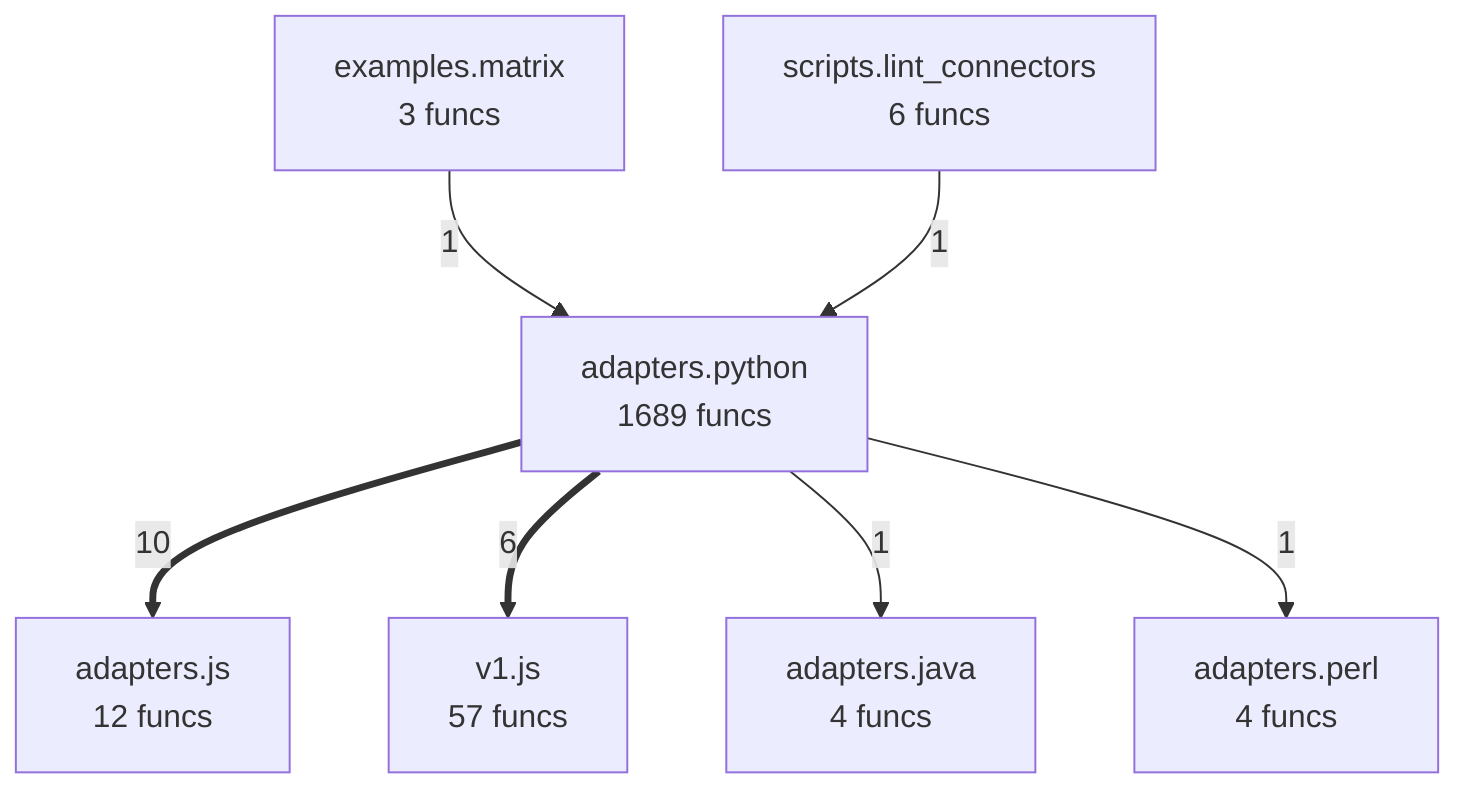
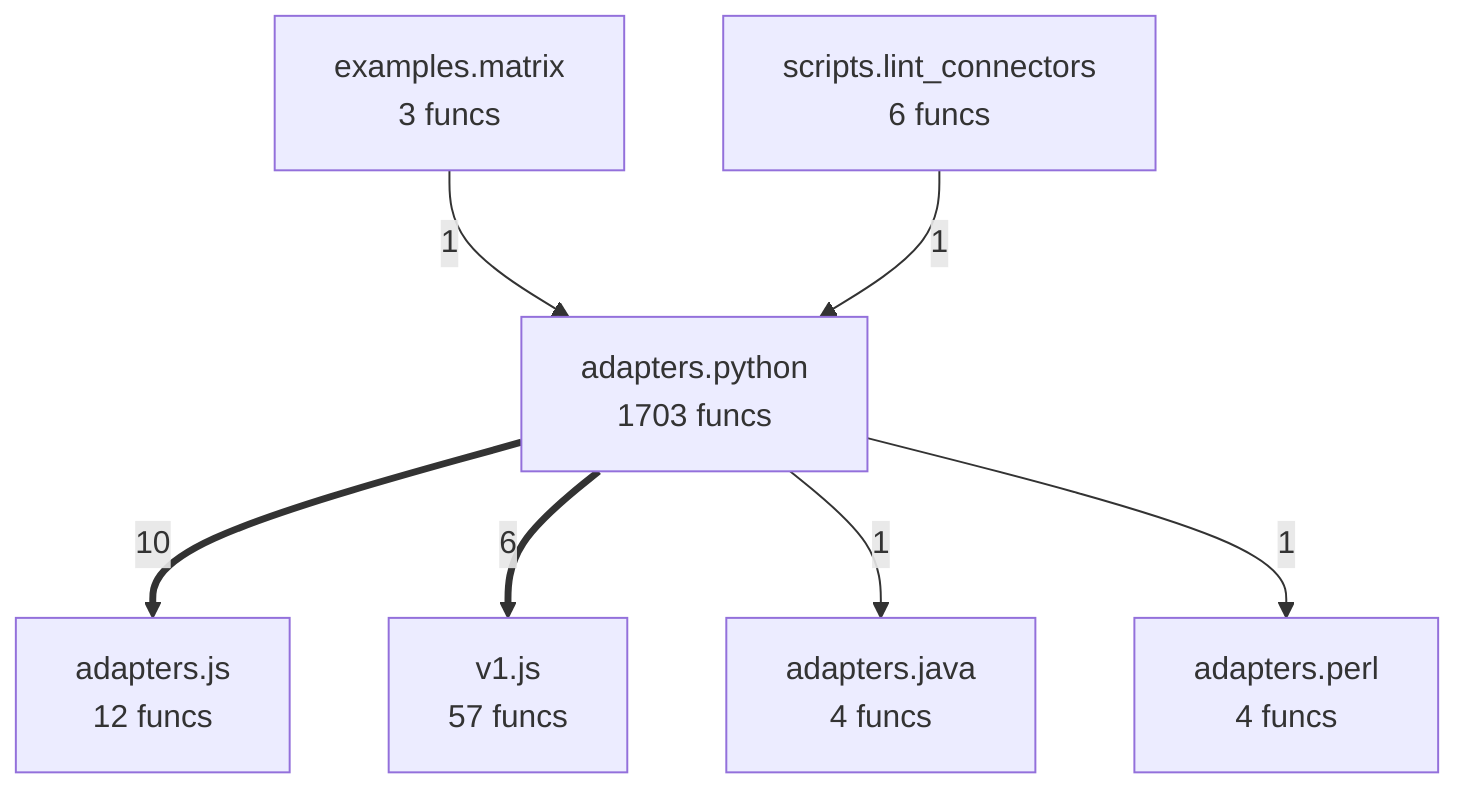
flowchart TD
%% generated in 0.04s
    adapters__java["adapters.java<br/>4 funcs"]
    adapters__js["adapters.js<br/>12 funcs"]
    adapters__perl["adapters.perl<br/>4 funcs"]
-     adapters__python["adapters.python<br/>1689 funcs"]
+     adapters__python["adapters.python<br/>1703 funcs"]
    examples__matrix["examples.matrix<br/>3 funcs"]
    scripts__lint_connectors["scripts.lint_connectors<br/>6 funcs"]
    v1__js["v1.js<br/>57 funcs"]
    adapters__python ==>|10| adapters__js
    adapters__python ==>|6| v1__js
    examples__matrix -->|1| adapters__python
    scripts__lint_connectors -->|1| adapters__python
    adapters__python -->|1| adapters__java
    adapters__python -->|1| adapters__perl
